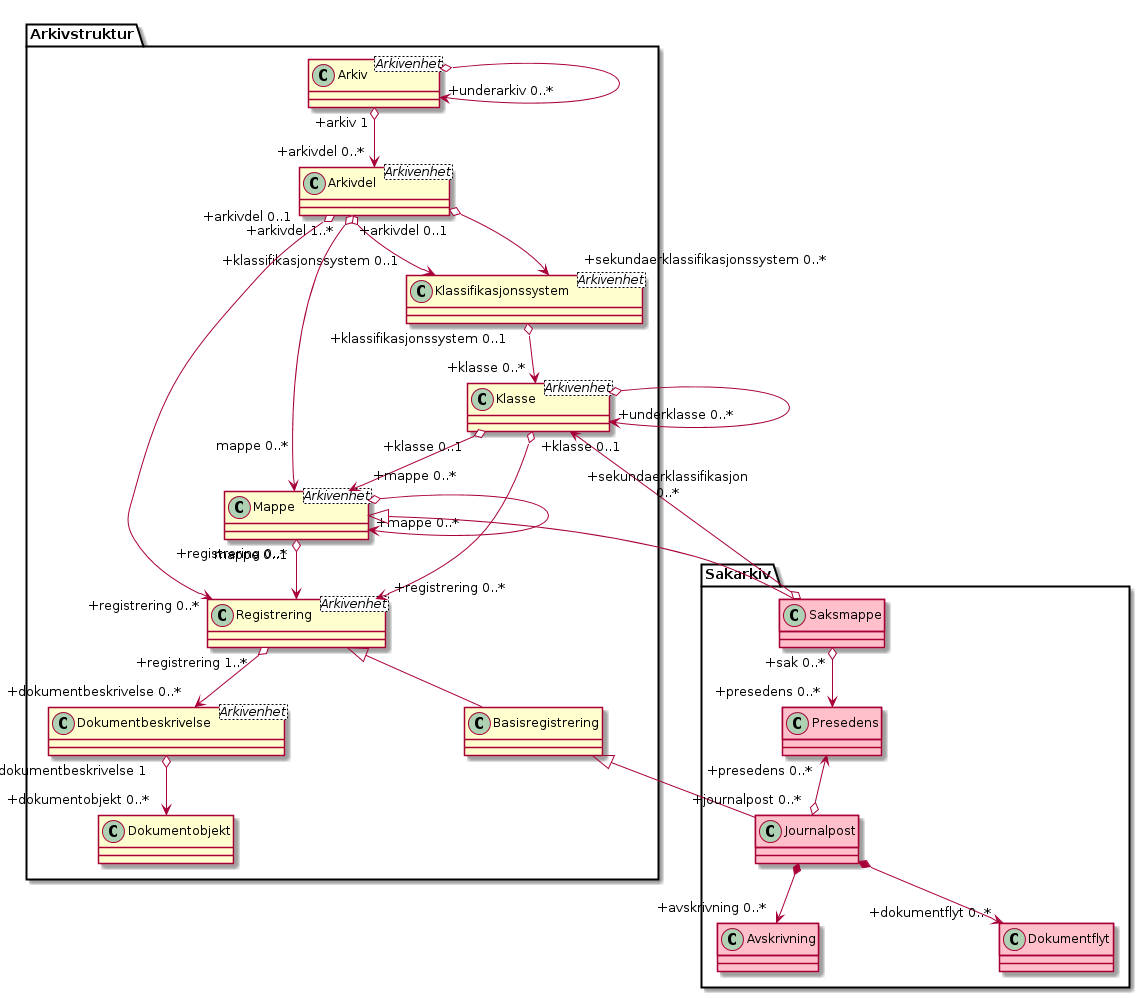
Before: kapitler/media/uml-hovedmodell-saksbehandling.png, a diagram exported from PlantUML (arkivverket/noark5-tjenestegrensesnitt-standard).
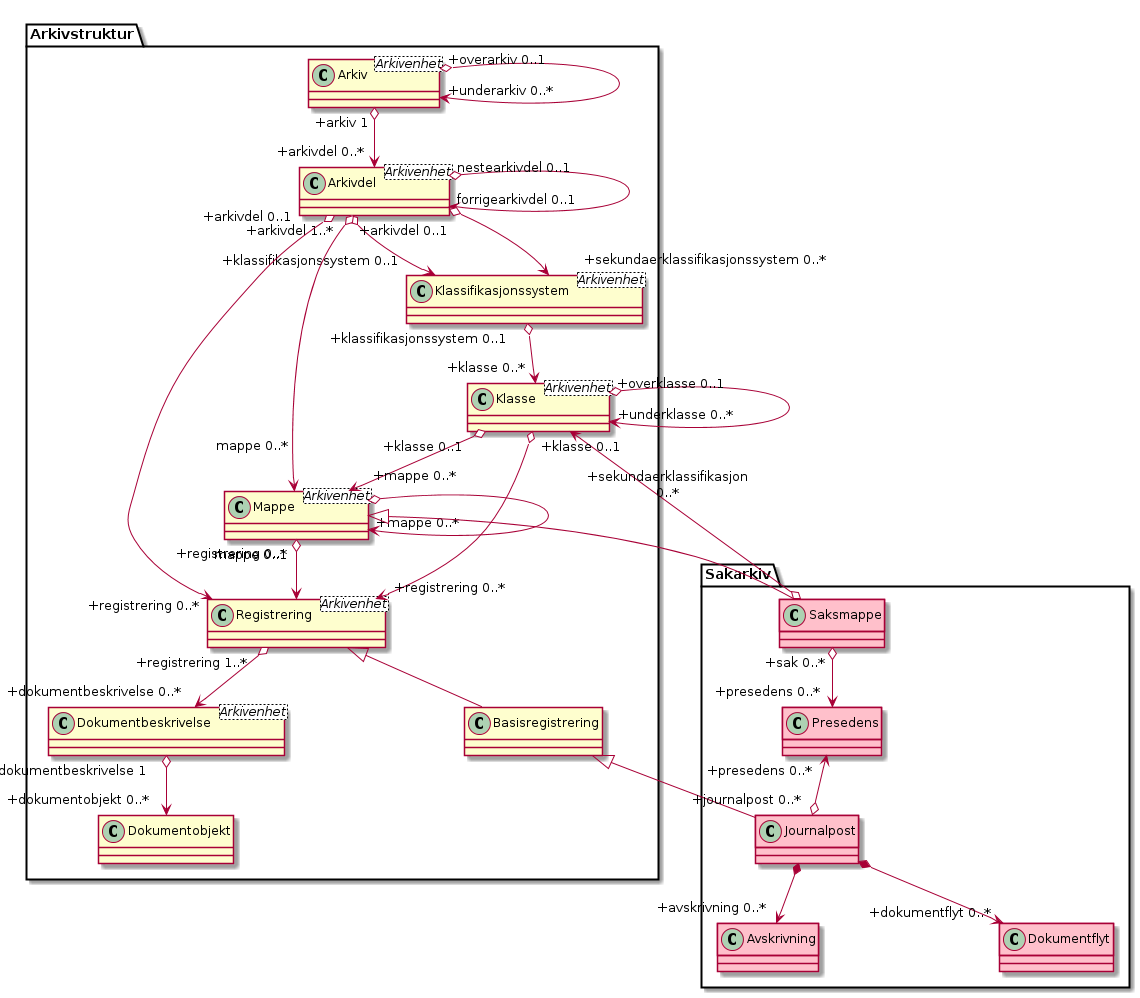
Above is the later version.

What changed in the source:
```diff
@@ -15,12 +15,13 @@
 class Sakarkiv.Avskrivning #pink
 class Sakarkiv.Dokumentflyt #pink
 
-Arkivstruktur.Arkiv o-> "+underarkiv 0..*" Arkivstruktur.Arkiv
+Arkivstruktur.Arkiv "+overarkiv 0..1" o-> "+underarkiv 0..*" Arkivstruktur.Arkiv
 Arkivstruktur.Arkiv "+arkiv 1" o--> "+arkivdel 0..*" Arkivstruktur.Arkivdel
+Arkivstruktur.Arkivdel "nestearkivdel 0..1" o--> "forrigearkivdel 0..1" Arkivstruktur.Arkivdel
 Arkivstruktur.Arkivdel "+arkivdel 1..*" o--> "+klassifikasjonssystem 0..1" Arkivstruktur.Klassifikasjonssystem
 Arkivstruktur.Arkivdel o--> "+sekundaerklassifikasjonssystem 0..*" Arkivstruktur.Klassifikasjonssystem
 Arkivstruktur.Klassifikasjonssystem "+klassifikasjonssystem 0..1" o--> "+klasse 0..*" Arkivstruktur.Klasse
-Arkivstruktur.Klasse o--> "+underklasse 0..*" Arkivstruktur.Klasse
+Arkivstruktur.Klasse "+overklasse 0..1" o--> "+underklasse 0..*" Arkivstruktur.Klasse
 Arkivstruktur.Klasse "+klasse 0..1" o--> "+mappe 0..*" Arkivstruktur.Mappe
 Arkivstruktur.Mappe o--> "+mappe 0..*" Arkivstruktur.Mappe
 Arkivstruktur.Mappe <|-- Sakarkiv.Saksmappe
```
